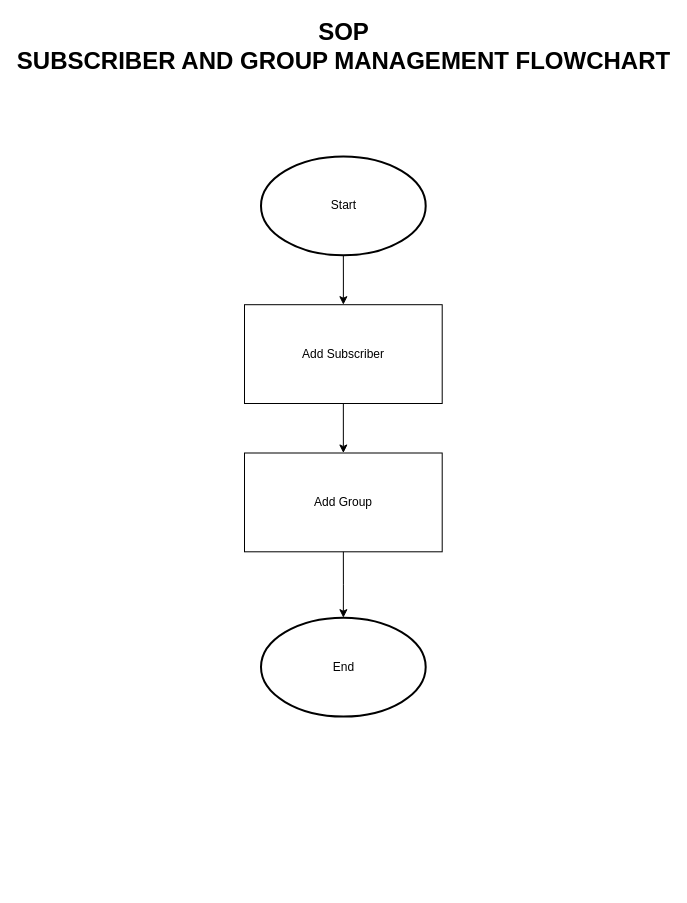
Earlier version of the draw.io diagram Main-SOP.drawio (Buitenzorx/Bayu-Sutra-Portofolio). Source tidied: cells renumbered, new cells numbered last; positions are measured from the earlier drawing's top-left corner, leaving out a move shared by most shapes. Both pictures are drawn from the tidied source at 100%, with x=0, y=0 at pixel (244, 26).
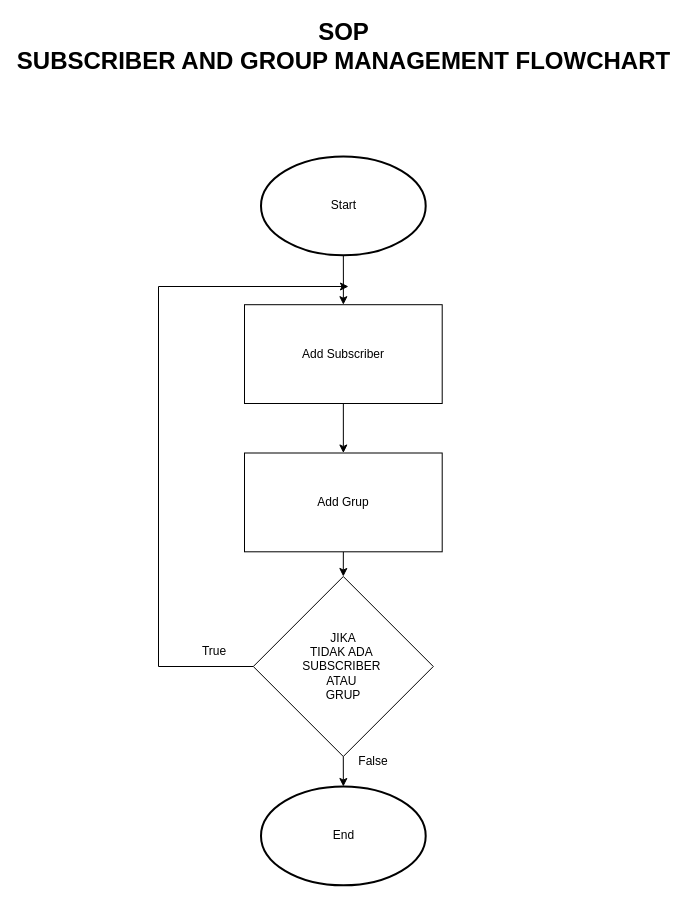
After the change.

The edit, as a diff of the source:
```diff
@@
 <mxGraphModel>
   <root>
     <mxCell id="0" />
     <mxCell id="1" parent="0" />
     <mxCell id="2" value="SOP&lt;div&gt;SUBSCRIBER AND GROUP MANAGEMENT FLOWCHART&lt;/div&gt;" style="text;strokeColor=none;fillColor=none;html=1;fontSize=24;fontStyle=1;verticalAlign=middle;align=center;" parent="1" vertex="1">
       <mxGeometry x="49" width="100" height="40" as="geometry" />
     </mxCell>
-    <mxCell id="3" style="group;" parent="1" vertex="1">
-      <mxGeometry y="130" width="197.7" height="560" as="geometry" />
-    </mxCell>
-    <mxCell id="4" style="edgeStyle=orthogonalEdgeStyle;rounded=0;jettySize=auto;html=1;exitX=0.5;exitY=1;exitDx=0;exitDy=0;exitPerimeter=0;entryX=0.5;entryY=0;entryDx=0;entryDy=0;" parent="3" edge="1" source="5" target="8">
+    <mxCell id="4" style="edgeStyle=orthogonalEdgeStyle;rounded=0;jettySize=auto;html=1;exitX=0.5;exitY=1;exitDx=0;exitDy=0;exitPerimeter=0;entryX=0.5;entryY=0;entryDx=0;entryDy=0;" parent="1" edge="1" source="5" target="8">
       <mxGeometry relative="1" as="geometry" />
     </mxCell>
-    <mxCell id="5" value="Start" style="strokeWidth=2;html=1;shape=mxgraph.flowchart.start_1;whiteSpace=wrap;" parent="3" vertex="1">
-      <mxGeometry x="16.5" width="164.7" height="98.8" as="geometry" />
+    <mxCell id="5" value="Start" style="strokeWidth=2;html=1;shape=mxgraph.flowchart.start_1;whiteSpace=wrap;" parent="1" vertex="1">
+      <mxGeometry x="16.5" y="130" width="164.7" height="98.8" as="geometry" />
     </mxCell>
-    <mxCell id="6" value="End" style="strokeWidth=2;html=1;shape=mxgraph.flowchart.start_1;whiteSpace=wrap;" parent="3" vertex="1">
-      <mxGeometry x="16.5" y="461.2" width="164.7" height="98.8" as="geometry" />
+    <mxCell id="6" value="End" style="strokeWidth=2;html=1;shape=mxgraph.flowchart.start_1;whiteSpace=wrap;" parent="1" vertex="1">
+      <mxGeometry x="16.5" y="760" width="164.7" height="98.8" as="geometry" />
     </mxCell>
-    <mxCell id="7" style="edgeStyle=orthogonalEdgeStyle;rounded=0;jettySize=auto;html=1;exitX=0.5;exitY=1;exitDx=0;exitDy=0;entryX=0.5;entryY=0;entryDx=0;entryDy=0;" parent="3" edge="1" source="8" target="9">
+    <mxCell id="7" style="edgeStyle=orthogonalEdgeStyle;rounded=0;jettySize=auto;html=1;exitX=0.5;exitY=1;exitDx=0;exitDy=0;entryX=0.5;entryY=0;entryDx=0;entryDy=0;" parent="1" edge="1" source="8" target="9">
       <mxGeometry relative="1" as="geometry" />
     </mxCell>
-    <mxCell id="8" value="Add Subscriber" style="rounded=0;whiteSpace=wrap;html=1;" parent="3" vertex="1">
-      <mxGeometry y="148.2" width="197.7" height="98.8" as="geometry" />
+    <mxCell id="8" value="Add Subscriber" style="rounded=0;whiteSpace=wrap;html=1;" parent="1" vertex="1">
+      <mxGeometry y="278.2" width="197.7" height="98.8" as="geometry" />
     </mxCell>
+    <mxCell id="11" style="edgeStyle=orthogonalEdgeStyle;rounded=0;jettySize=auto;html=1;exitX=0.5;exitY=1;exitDx=0;exitDy=0;entryX=0.5;entryY=0;entryDx=0;entryDy=0;" parent="1" edge="1" source="9" target="13">
+      <mxGeometry relative="1" as="geometry" />
+    </mxCell>
-    <mxCell id="9" value="Add Group" style="rounded=0;whiteSpace=wrap;html=1;" parent="3" vertex="1">
-      <mxGeometry y="296.5" width="197.7" height="98.8" as="geometry" />
+    <mxCell id="9" value="Add Grup" style="rounded=0;whiteSpace=wrap;html=1;" parent="1" vertex="1">
+      <mxGeometry y="426.5" width="197.7" height="98.8" as="geometry" />
     </mxCell>
-    <mxCell id="10" style="edgeStyle=orthogonalEdgeStyle;rounded=0;jettySize=auto;html=1;exitX=0.5;exitY=1;exitDx=0;exitDy=0;entryX=0.5;entryY=0;entryDx=0;entryDy=0;entryPerimeter=0;" parent="3" edge="1" source="9" target="6">
-      <mxGeometry relative="1" as="geometry" />
-    </mxCell>
+    <mxCell id="12" style="edgeStyle=orthogonalEdgeStyle;rounded=0;jettySize=auto;html=1;exitX=0;exitY=0.5;exitDx=0;exitDy=0;" parent="1" edge="1" source="13">
+      <mxGeometry relative="1" as="geometry">
+        <mxPoint x="104" y="260" as="targetPoint" />
+        <Array as="points">
+          <mxPoint x="-86" y="640" />
+          <mxPoint x="-86" y="260" />
+        </Array>
+      </mxGeometry>
+    </mxCell>
+    <mxCell id="13" value="&lt;div&gt;JIKA&lt;/div&gt;TIDAK ADA&amp;nbsp;&lt;div&gt;SUBSCRIBER&amp;nbsp;&lt;/div&gt;&lt;div&gt;ATAU&amp;nbsp;&lt;/div&gt;&lt;div&gt;GRUP&lt;/div&gt;" style="rhombus;whiteSpace=wrap;html=1;" parent="1" vertex="1">
+      <mxGeometry x="8.8" y="550" width="180" height="180" as="geometry" />
+    </mxCell>
+    <mxCell id="14" style="edgeStyle=orthogonalEdgeStyle;rounded=0;jettySize=auto;html=1;exitX=0.5;exitY=1;exitDx=0;exitDy=0;entryX=0.5;entryY=0;entryDx=0;entryDy=0;entryPerimeter=0;" parent="1" edge="1" source="13" target="6">
+      <mxGeometry relative="1" as="geometry" />
+    </mxCell>
+    <mxCell id="15" value="True" style="text;html=1;align=center;verticalAlign=middle;whiteSpace=wrap;rounded=0;" parent="1" vertex="1">
+      <mxGeometry x="-60" y="610" width="60" height="30" as="geometry" />
+    </mxCell>
+    <mxCell id="16" value="False" style="text;html=1;align=center;verticalAlign=middle;whiteSpace=wrap;rounded=0;" parent="1" vertex="1">
+      <mxGeometry x="99" y="720" width="60" height="30" as="geometry" />
+    </mxCell>
   </root>
 </mxGraphModel>
```
